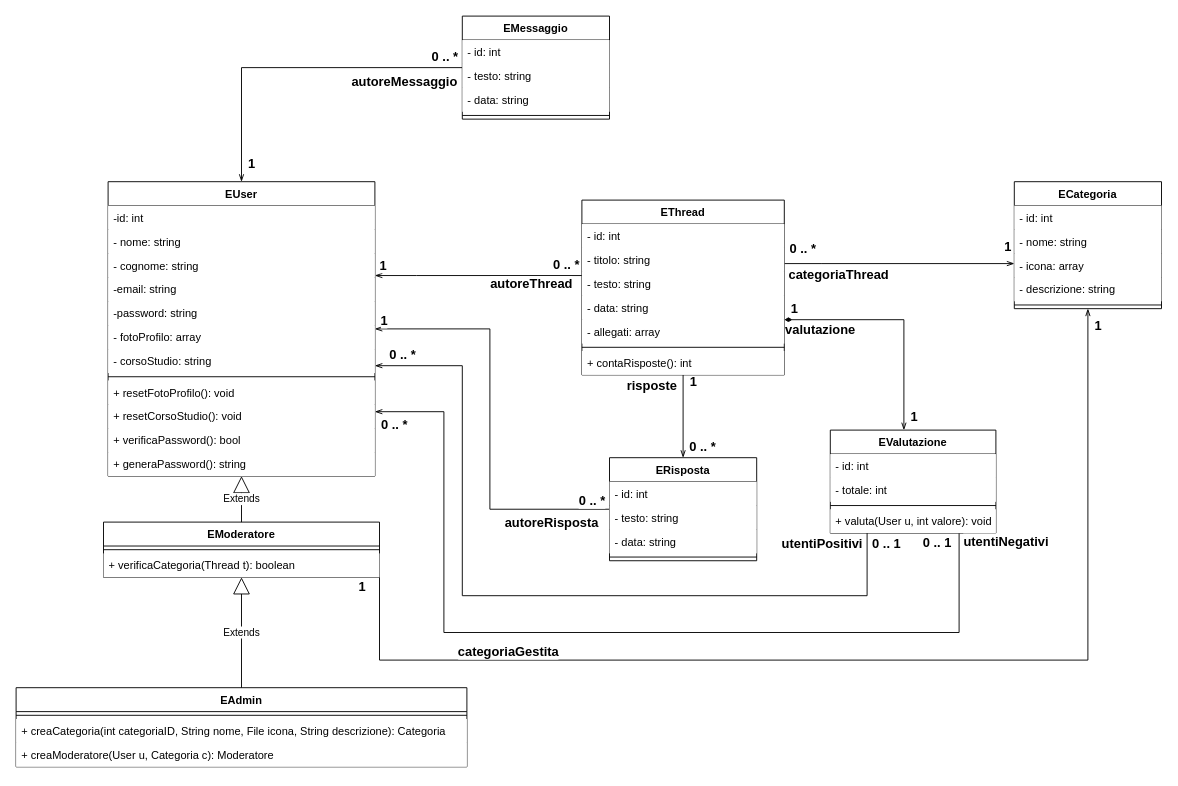
Above: Diagrammi/UML.drawio in EdoPan/UniChat (draw.io), before the change. Source tidied: cells renumbered, new cells numbered last; positions are measured from the earlier drawing's top-left corner, leaving out a move shared by most shapes. Both pictures are drawn from the tidied source at 92%, with x=0, y=0 at pixel (16, 16).
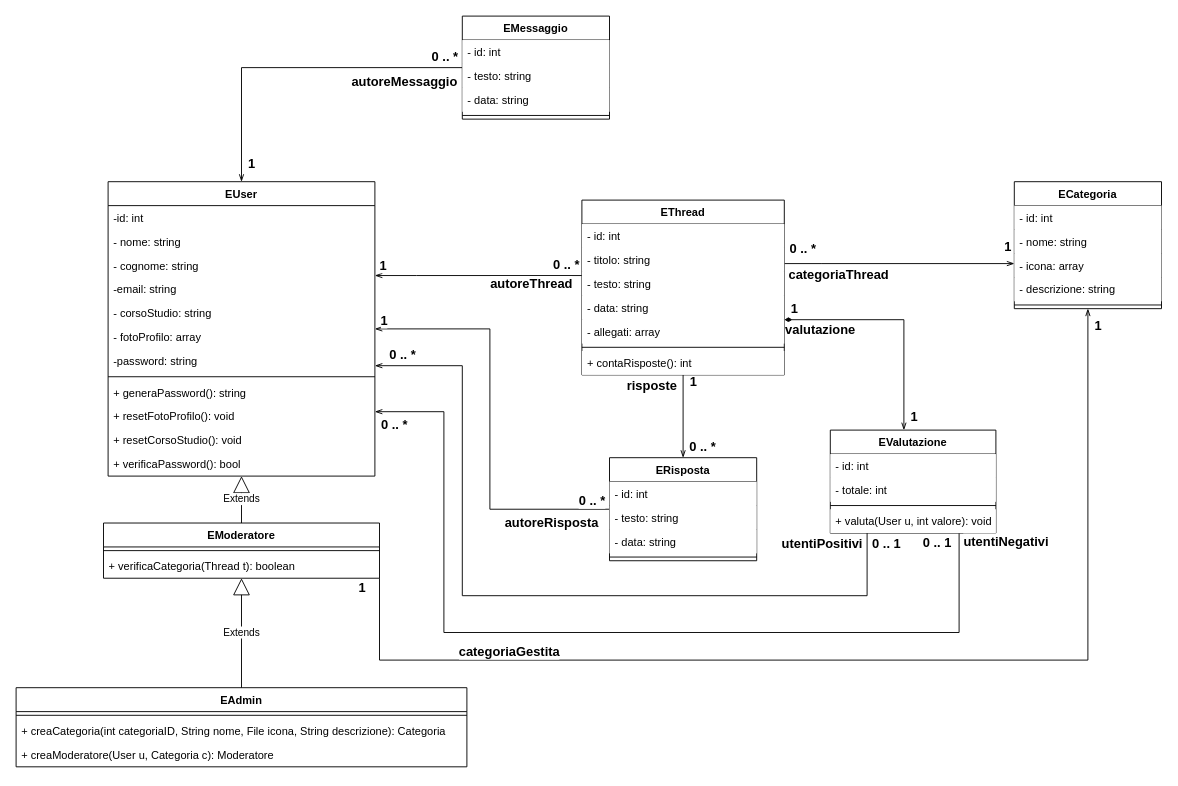
Above is the later version.

The change refers to these unchanged cells:
```xml
<mxCell id="2" value="EUser" style="swimlane;fontStyle=1;align=center;verticalAlign=top;horizontal=1;startSize=26;" parent="1" vertex="1">
  <mxGeometry x="100" y="180" width="290" height="320" as="geometry" />
</mxCell>
```

What changed in the source:
```diff
@@
-    <mxCell id="3" value="-id: int" style="text;align=left;verticalAlign=top;spacingLeft=4;spacingRight=4;overflow=hidden;fillColor=#FFFFFF;" parent="2" vertex="1">
+    <mxCell id="3" value="-id: int" style="text;align=left;verticalAlign=top;spacingLeft=4;spacingRight=4;overflow=hidden;" parent="2" vertex="1">
       <mxGeometry y="26" width="290" height="26" as="geometry" />
     </mxCell>
-    <mxCell id="4" value="- nome: string" style="text;align=left;verticalAlign=top;spacingLeft=4;spacingRight=4;overflow=hidden;fillColor=#FFFFFF;" parent="2" vertex="1">
+    <mxCell id="4" value="- nome: string" style="text;align=left;verticalAlign=top;spacingLeft=4;spacingRight=4;overflow=hidden;" parent="2" vertex="1">
       <mxGeometry y="52" width="290" height="26" as="geometry" />
     </mxCell>
-    <mxCell id="5" value="- cognome: string" style="text;align=left;verticalAlign=top;spacingLeft=4;spacingRight=4;overflow=hidden;fillColor=#FFFFFF;" parent="2" vertex="1">
+    <mxCell id="5" value="- cognome: string" style="text;align=left;verticalAlign=top;spacingLeft=4;spacingRight=4;overflow=hidden;" parent="2" vertex="1">
       <mxGeometry y="78" width="290" height="26" as="geometry" />
     </mxCell>
-    <mxCell id="6" value="-email: string" style="text;align=left;verticalAlign=top;spacingLeft=4;spacingRight=4;overflow=hidden;fillColor=#FFFFFF;" parent="2" vertex="1">
+    <mxCell id="6" value="-email: string" style="text;align=left;verticalAlign=top;spacingLeft=4;spacingRight=4;overflow=hidden;" parent="2" vertex="1">
       <mxGeometry y="104" width="290" height="26" as="geometry" />
     </mxCell>
+    <mxCell id="9" value="- corsoStudio: string" style="text;align=left;verticalAlign=top;spacingLeft=4;spacingRight=4;overflow=hidden;" parent="2" vertex="1">
+      <mxGeometry y="130" width="290" height="26" as="geometry" />
+    </mxCell>
+    <mxCell id="8" value="- fotoProfilo: array" style="text;align=left;verticalAlign=top;spacingLeft=4;spacingRight=4;overflow=hidden;" parent="2" vertex="1">
+      <mxGeometry y="156" width="290" height="26" as="geometry" />
+    </mxCell>
-    <mxCell id="7" value="-password: string" style="text;align=left;verticalAlign=top;spacingLeft=4;spacingRight=4;overflow=hidden;fillColor=#FFFFFF;" parent="2" vertex="1">
-      <mxGeometry y="130" width="290" height="26" as="geometry" />
+    <mxCell id="7" value="-password: string" style="text;align=left;verticalAlign=top;spacingLeft=4;spacingRight=4;overflow=hidden;" parent="2" vertex="1">
+      <mxGeometry y="182" width="290" height="26" as="geometry" />
     </mxCell>
-    <mxCell id="8" value="- fotoProfilo: array" style="text;align=left;verticalAlign=top;spacingLeft=4;spacingRight=4;overflow=hidden;fillColor=#FFFFFF;" parent="2" vertex="1">
-      <mxGeometry y="156" width="290" height="26" as="geometry" />
-    </mxCell>
-    <mxCell id="9" value="- corsoStudio: string" style="text;align=left;verticalAlign=top;spacingLeft=4;spacingRight=4;overflow=hidden;fillColor=#FFFFFF;" parent="2" vertex="1">
-      <mxGeometry y="182" width="290" height="26" as="geometry" />
-    </mxCell>
@@
+    <mxCell id="14" value="+ generaPassword(): string" style="text;align=left;verticalAlign=top;spacingLeft=4;spacingRight=4;overflow=hidden;" parent="2" vertex="1">
+      <mxGeometry y="216" width="290" height="26" as="geometry" />
+    </mxCell>
-    <mxCell id="11" value="+ resetFotoProfilo(): void" style="text;align=left;verticalAlign=top;spacingLeft=4;spacingRight=4;overflow=hidden;fillColor=#FFFFFF;" parent="2" vertex="1">
-      <mxGeometry y="216" width="290" height="26" as="geometry" />
+    <mxCell id="11" value="+ resetFotoProfilo(): void" style="text;align=left;verticalAlign=top;spacingLeft=4;spacingRight=4;overflow=hidden;" parent="2" vertex="1">
+      <mxGeometry y="242" width="290" height="26" as="geometry" />
     </mxCell>
-    <mxCell id="12" value="+ resetCorsoStudio(): void" style="text;align=left;verticalAlign=top;spacingLeft=4;spacingRight=4;overflow=hidden;fillColor=#FFFFFF;" parent="2" vertex="1">
-      <mxGeometry y="242" width="290" height="26" as="geometry" />
+    <mxCell id="12" value="+ resetCorsoStudio(): void" style="text;align=left;verticalAlign=top;spacingLeft=4;spacingRight=4;overflow=hidden;" parent="2" vertex="1">
+      <mxGeometry y="268" width="290" height="26" as="geometry" />
     </mxCell>
-    <mxCell id="13" value="+ verificaPassword(): bool" style="text;align=left;verticalAlign=top;spacingLeft=4;spacingRight=4;overflow=hidden;fillColor=#FFFFFF;" parent="2" vertex="1">
-      <mxGeometry y="268" width="290" height="26" as="geometry" />
+    <mxCell id="13" value="+ verificaPassword(): bool" style="text;align=left;verticalAlign=top;spacingLeft=4;spacingRight=4;overflow=hidden;" parent="2" vertex="1">
+      <mxGeometry y="294" width="290" height="26" as="geometry" />
     </mxCell>
-    <mxCell id="14" value="+ generaPassword(): string" style="text;align=left;verticalAlign=top;spacingLeft=4;spacingRight=4;overflow=hidden;fillColor=#FFFFFF;" parent="2" vertex="1">
-      <mxGeometry y="294" width="290" height="26" as="geometry" />
-    </mxCell>
@@
-    <mxCell id="73" value="EModeratore" style="swimlane;fontStyle=1;align=center;verticalAlign=top;horizontal=1;startSize=26;fillColor=#FFFFFF;" parent="1" vertex="1">
-      <mxGeometry x="95" y="550" width="300" height="60" as="geometry" />
+    <mxCell id="73" value="EModeratore" style="swimlane;fontStyle=1;align=center;verticalAlign=top;horizontal=1;startSize=26;" parent="1" vertex="1">
+      <mxGeometry x="95" y="551" width="300" height="60" as="geometry" />
     </mxCell>
@@
-    <mxCell id="75" value="+ verificaCategoria(Thread t): boolean" style="text;strokeColor=none;align=left;verticalAlign=top;spacingLeft=4;spacingRight=4;overflow=hidden;fillColor=#FFFFFF;" parent="73" vertex="1">
+    <mxCell id="75" value="+ verificaCategoria(Thread t): boolean" style="text;align=left;verticalAlign=top;spacingLeft=4;spacingRight=4;overflow=hidden;" parent="73" vertex="1">
       <mxGeometry y="34" width="300" height="26" as="geometry" />
     </mxCell>
-    <mxCell id="76" value="EAdmin" style="swimlane;fontStyle=1;align=center;verticalAlign=top;horizontal=1;startSize=26;fillColor=#FFFFFF;" parent="1" vertex="1">
+    <mxCell id="76" value="EAdmin" style="swimlane;fontStyle=1;align=center;verticalAlign=top;horizontal=1;startSize=26;" parent="1" vertex="1">
       <mxGeometry y="730" width="490" height="86" as="geometry" />
     </mxCell>
-    <mxCell id="77" style="line;strokeWidth=1;align=left;verticalAlign=middle;spacingTop=-1;spacingLeft=3;spacingRight=3;labelPosition=right;fillColor=#FFFFFF;" parent="76" vertex="1">
+    <mxCell id="77" style="line;strokeWidth=1;align=left;verticalAlign=middle;spacingTop=-1;spacingLeft=3;spacingRight=3;labelPosition=right;" parent="76" vertex="1">
       <mxGeometry y="26" width="490" height="8" as="geometry" />
     </mxCell>
-    <mxCell id="78" value="+ creaCategoria(int categoriaID, String nome, File icona, String descrizione): Categoria" style="text;strokeColor=none;align=left;verticalAlign=top;spacingLeft=4;spacingRight=4;overflow=hidden;fillColor=#FFFFFF;" parent="76" vertex="1">
+    <mxCell id="78" value="+ creaCategoria(int categoriaID, String nome, File icona, String descrizione): Categoria" style="text;align=left;verticalAlign=top;spacingLeft=4;spacingRight=4;overflow=hidden;" parent="76" vertex="1">
       <mxGeometry y="34" width="490" height="26" as="geometry" />
     </mxCell>
-    <mxCell id="79" value="+ creaModeratore(User u, Categoria c): Moderatore" style="text;strokeColor=none;align=left;verticalAlign=top;spacingLeft=4;spacingRight=4;overflow=hidden;fillColor=#FFFFFF;" parent="76" vertex="1">
+    <mxCell id="79" value="+ creaModeratore(User u, Categoria c): Moderatore" style="text;align=left;verticalAlign=top;spacingLeft=4;spacingRight=4;overflow=hidden;" parent="76" vertex="1">
       <mxGeometry y="60" width="490" height="26" as="geometry" />
     </mxCell>
```
